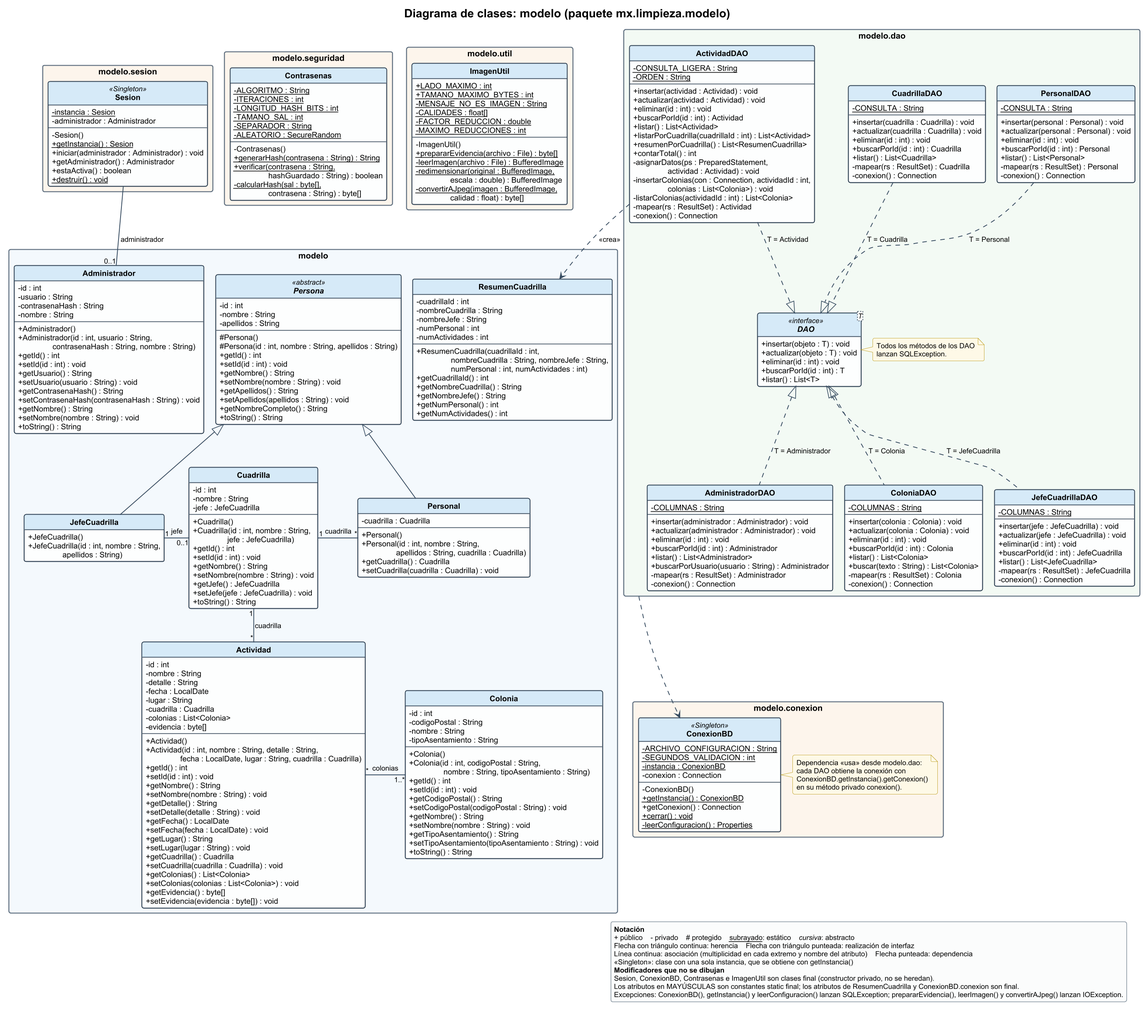
Above: docs/diagrama-clases-modelo.png in GaelSandovalv/gestion-limpieza (PlantUML), before the change.
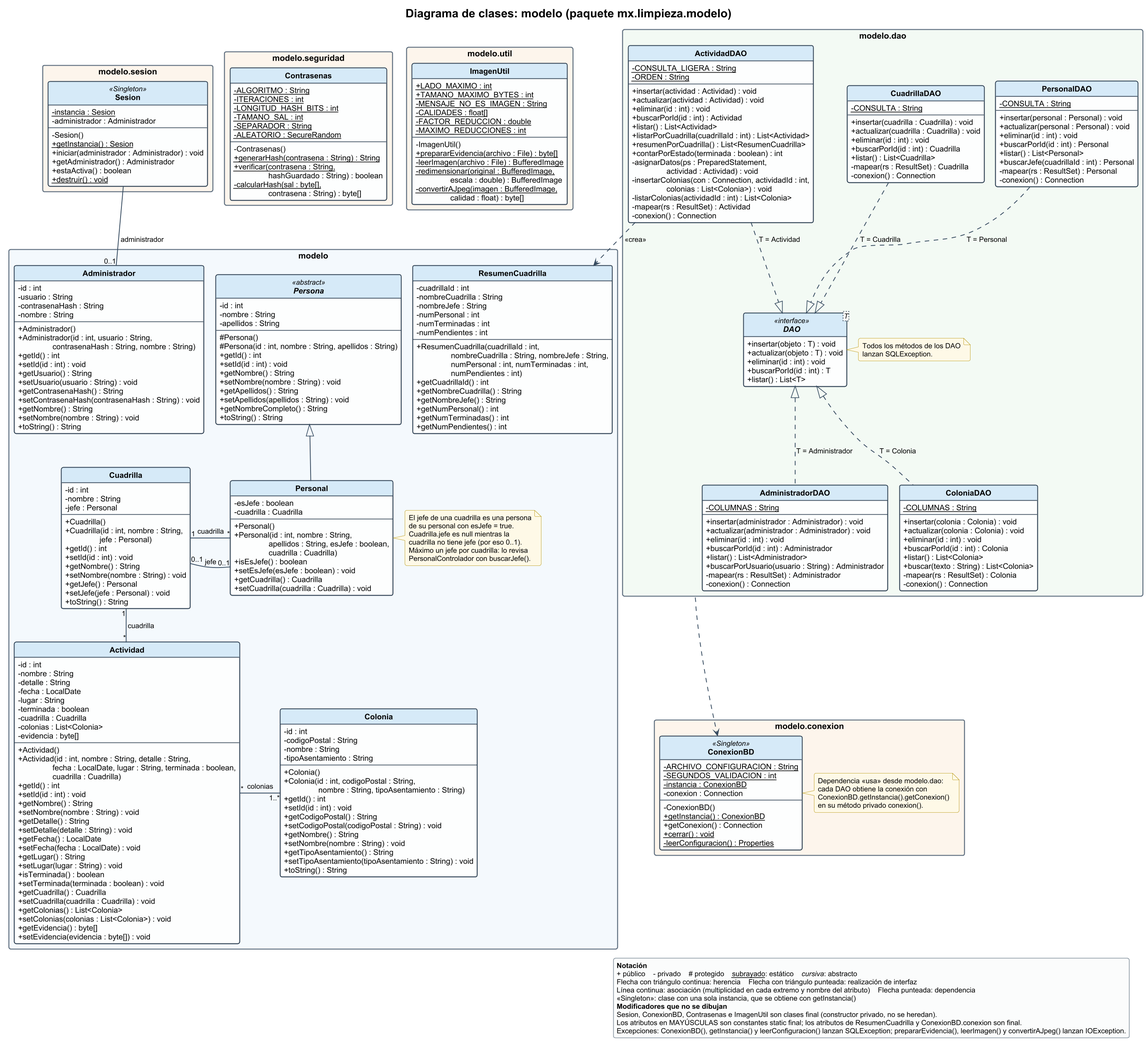
The same diagram one commit later.

Commit message:
Diagramas de clases con el personal y el estado de la actividad

Diff of the diagram source:
```diff
@@ -109,50 +109,60 @@
     - nombreCuadrilla : String
     - nombreJefe : String
     - numPersonal : int
-    - numActividades : int
+    - numTerminadas : int
+    - numPendientes : int
     --
     + ResumenCuadrilla(cuadrillaId : int,
     \t\tnombreCuadrilla : String, nombreJefe : String,
-    \t\tnumPersonal : int, numActividades : int)
+    \t\tnumPersonal : int, numTerminadas : int,
+    \t\tnumPendientes : int)
     + getCuadrillaId() : int
     + getNombreCuadrilla() : String
     + getNombreJefe() : String
     + getNumPersonal() : int
-    + getNumActividades() : int
-  }
-
-  class JefeCuadrilla {
-    + JefeCuadrilla()
-    + JefeCuadrilla(id : int, nombre : String,
-    \t\tapellidos : String)
+    + getNumTerminadas() : int
+    + getNumPendientes() : int
   }
 
   class Cuadrilla {
     - id : int
     - nombre : String
-    - jefe : JefeCuadrilla
+    - jefe : Personal
     --
     + Cuadrilla()
     + Cuadrilla(id : int, nombre : String,
-    \t\tjefe : JefeCuadrilla)
+    \t\tjefe : Personal)
     + getId() : int
     + setId(id : int) : void
     + getNombre() : String
     + setNombre(nombre : String) : void
-    + getJefe() : JefeCuadrilla
-    + setJefe(jefe : JefeCuadrilla) : void
+    + getJefe() : Personal
+    + setJefe(jefe : Personal) : void
     + toString() : String
   }
 
   class Personal {
+    - esJefe : boolean
     - cuadrilla : Cuadrilla
     --
     + Personal()
     + Personal(id : int, nombre : String,
-    \t\tapellidos : String, cuadrilla : Cuadrilla)
+    \t\tapellidos : String, esJefe : boolean,
+    \t\tcuadrilla : Cuadrilla)
+    + isEsJefe() : boolean
+    + setEsJefe(esJefe : boolean) : void
     + getCuadrilla() : Cuadrilla
     + setCuadrilla(cuadrilla : Cuadrilla) : void
   }
+
+  note right of Personal
+    El jefe de una cuadrilla es una persona
+    de su personal con esJefe = true.
+    Cuadrilla.jefe es null mientras la
+    cuadrilla no tiene jefe (por eso 0..1).
+    Máximo un jefe por cuadrilla: lo revisa
+    PersonalControlador con buscarJefe().
+  end note
 
   class Actividad {
     - id : int
@@ -160,13 +170,15 @@
     - detalle : String
     - fecha : LocalDate
     - lugar : String
+    - terminada : boolean
     - cuadrilla : Cuadrilla
     - colonias : List<Colonia>
     - evidencia : byte[]
     --
     + Actividad()
     + Actividad(id : int, nombre : String, detalle : String,
-    \t\tfecha : LocalDate, lugar : String, cuadrilla : Cuadrilla)
+    \t\tfecha : LocalDate, lugar : String, terminada : boolean,
+    \t\tcuadrilla : Cuadrilla)
     + getId() : int
     + setId(id : int) : void
     + getNombre() : String
@@ -177,6 +189,8 @@
     + setFecha(fecha : LocalDate) : void
     + getLugar() : String
     + setLugar(lugar : String) : void
+    + isTerminada() : boolean
+    + setTerminada(terminada : boolean) : void
     + getCuadrilla() : Cuadrilla
     + setCuadrilla(cuadrilla : Cuadrilla) : void
     + getColonias() : List<Colonia>
@@ -247,18 +261,6 @@
     - conexion() : Connection
   }
 
-  class JefeCuadrillaDAO {
-    - {static} COLUMNAS : String
-    --
-    + insertar(jefe : JefeCuadrilla) : void
-    + actualizar(jefe : JefeCuadrilla) : void
-    + eliminar(id : int) : void
-    + buscarPorId(id : int) : JefeCuadrilla
-    + listar() : List<JefeCuadrilla>
-    - mapear(rs : ResultSet) : JefeCuadrilla
-    - conexion() : Connection
-  }
-
   class ActividadDAO {
     - {static} CONSULTA_LIGERA : String
     - {static} ORDEN : String
@@ -270,7 +272,7 @@
     + listar() : List<Actividad>
     + listarPorCuadrilla(cuadrillaId : int) : List<Actividad>
     + resumenPorCuadrilla() : List<ResumenCuadrilla>
-    + contarTotal() : int
+    + contarPorEstado(terminada : boolean) : int
     - asignarDatos(ps : PreparedStatement,
     \t\tactividad : Actividad) : void
     - insertarColonias(con : Connection, actividadId : int,
@@ -300,6 +302,7 @@
     + eliminar(id : int) : void
     + buscarPorId(id : int) : Personal
     + listar() : List<Personal>
+    + buscarJefe(cuadrillaId : int) : Personal
     - mapear(rs : ResultSet) : Personal
     - conexion() : Connection
   }
@@ -364,11 +367,10 @@
   }
 }
 
-Persona <|-- JefeCuadrilla
 Persona <|-- Personal
 
-Cuadrilla "0..1" -left- "1" JefeCuadrilla : jefe
 Personal "*" -left- "1" Cuadrilla : cuadrilla
+Cuadrilla "0..1" -right- "0..1" Personal : \n\njefe
 Actividad "*" -up- "1" Cuadrilla : cuadrilla
 Actividad "*" -right- "1..*" Colonia : colonias
 Sesion -down- "0..1" Administrador : administrador
@@ -378,7 +380,6 @@
 PersonalDAO .down.|> DAO : T = Personal
 AdministradorDAO .up.|> DAO : T = Administrador
 ColoniaDAO .up.|> DAO : T = Colonia
-JefeCuadrillaDAO .up.|> DAO : T = JefeCuadrilla
 
 pdao ..> ConexionBD
 ActividadDAO ..> ResumenCuadrilla : <<crea>>
@@ -389,7 +390,6 @@
 ActividadDAO -[hidden]right- CuadrillaDAO
 CuadrillaDAO -[hidden]right- PersonalDAO
 AdministradorDAO -[hidden]right- ColoniaDAO
-ColoniaDAO -[hidden]right- JefeCuadrillaDAO
 AdministradorDAO -[hidden]down- ConexionBD
 Contrasenas -[hidden]down- Persona
 ImagenUtil -[hidden]down- ResumenCuadrilla
```
